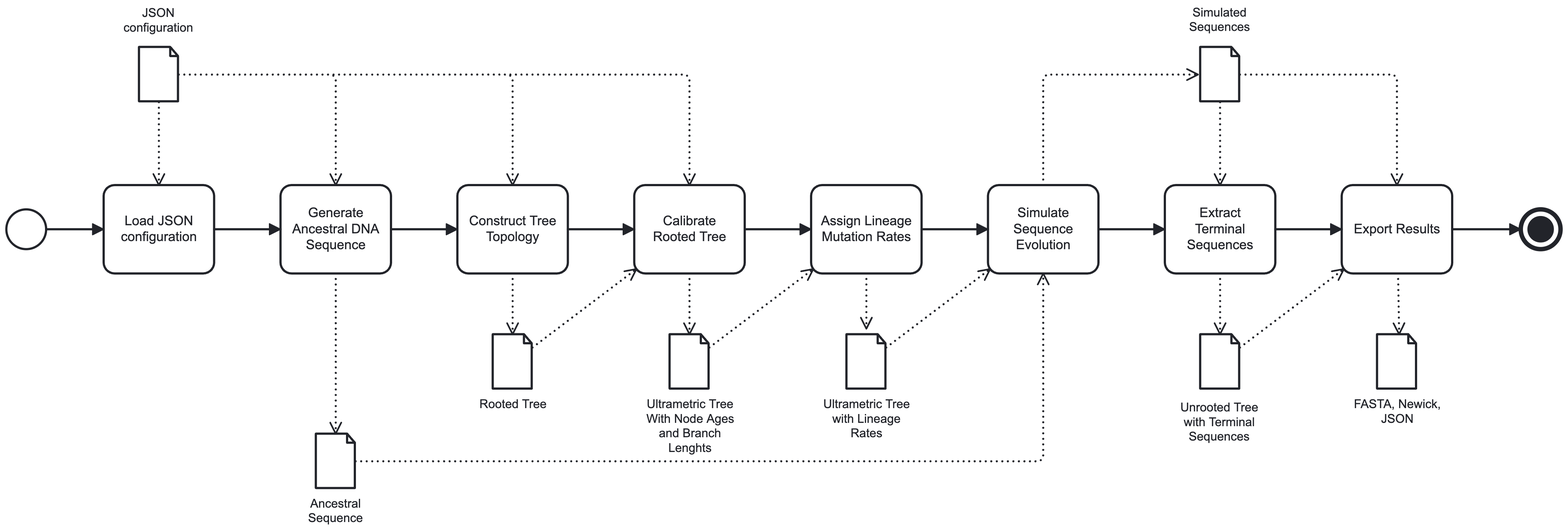
davewalker5/MolecularClockSimulation keeps this BPMN diagram as diagrams/relaxed-clock-workflow.png. Above is the earlier version. Its source is kept beside it as diagrams/relaxed-clock-workflow.bpmn. Ids are renumbered.
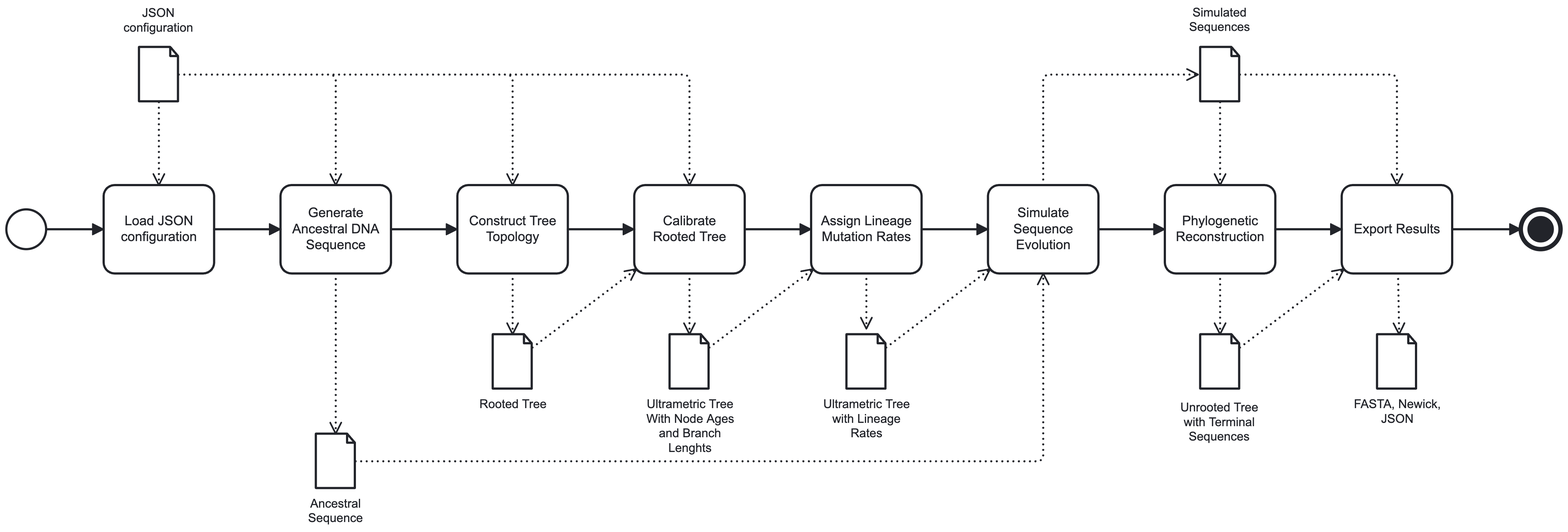
The same file after the commit.

Commit message:
Fixup incorrect data flow in workflow diagrams

Change to the diagram source:
```diff
@@ -76,7 +76,7 @@
         <bpmn:targetRef>DataObjectReference_n38</bpmn:targetRef>
       </bpmn:dataOutputAssociation>
     </bpmn:task>
-    <bpmn:task id="Activity_n39" name="Extract Terminal Sequences">
+    <bpmn:task id="Activity_n39" name="Phylogenetic Reconstruction">
       <bpmn:incoming>Flow_n32</bpmn:incoming>
       <bpmn:outgoing>Flow_n40</bpmn:outgoing>
       <bpmn:property id="Property_n41" name="__targetRef_placeholder" />
```
